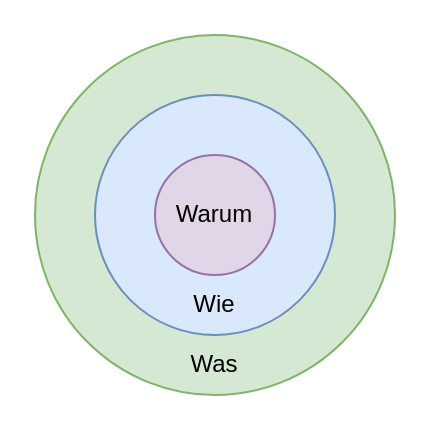
This is images/Golden_Circle_reduced.drawio from mrossde/PE1_PE2, a draw.io file, before an edit. Source tidied: cells renumbered, new cells numbered last; positions are measured from the earlier drawing's top-left corner, leaving out a move shared by most shapes. Both pictures are drawn from the tidied source at 200%, with x=0, y=0 at pixel (34, 34).
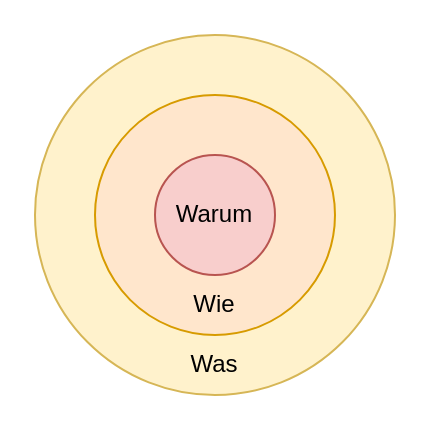
Above is the later version.

Change to the diagram source:
```diff
@@
 <mxGraphModel>
   <root>
     <mxCell id="0" />
     <mxCell id="1" parent="0" />
-    <mxCell id="2" style="ellipse;whiteSpace=wrap;html=1;fillColor=#d5e8d4;strokeColor=#82b366;" parent="1" vertex="1">
+    <mxCell id="2" style="ellipse;whiteSpace=wrap;html=1;fillColor=#fff2cc;strokeColor=#d6b656;" parent="1" vertex="1">
       <mxGeometry width="180" height="180" as="geometry" />
     </mxCell>
-    <mxCell id="3" style="ellipse;whiteSpace=wrap;html=1;fillColor=#dae8fc;strokeColor=#6c8ebf;" parent="1" vertex="1">
+    <mxCell id="3" style="ellipse;whiteSpace=wrap;html=1;fillColor=#ffe6cc;strokeColor=#d79b00;" parent="1" vertex="1">
       <mxGeometry x="30" y="30" width="120" height="120" as="geometry" />
     </mxCell>
-    <mxCell id="4" style="ellipse;whiteSpace=wrap;html=1;fillColor=#e1d5e7;strokeColor=#9673a6;" parent="1" vertex="1">
+    <mxCell id="4" style="ellipse;whiteSpace=wrap;html=1;fillColor=#f8cecc;strokeColor=#b85450;" parent="1" vertex="1">
       <mxGeometry x="60" y="60" width="60" height="60" as="geometry" />
     </mxCell>
     <mxCell id="5" value="Warum" style="text;html=1;align=center;verticalAlign=middle;whiteSpace=wrap;rounded=0;" parent="1" vertex="1">
       <mxGeometry x="60" y="75" width="60" height="30" as="geometry" />
     </mxCell>
     <mxCell id="6" value="Wie" style="text;html=1;align=center;verticalAlign=middle;whiteSpace=wrap;rounded=0;" parent="1" vertex="1">
       <mxGeometry x="60" y="120" width="60" height="30" as="geometry" />
     </mxCell>
     <mxCell id="7" value="Was" style="text;html=1;align=center;verticalAlign=middle;whiteSpace=wrap;rounded=0;" parent="1" vertex="1">
       <mxGeometry x="60" y="150" width="60" height="30" as="geometry" />
     </mxCell>
   </root>
 </mxGraphModel>
```
